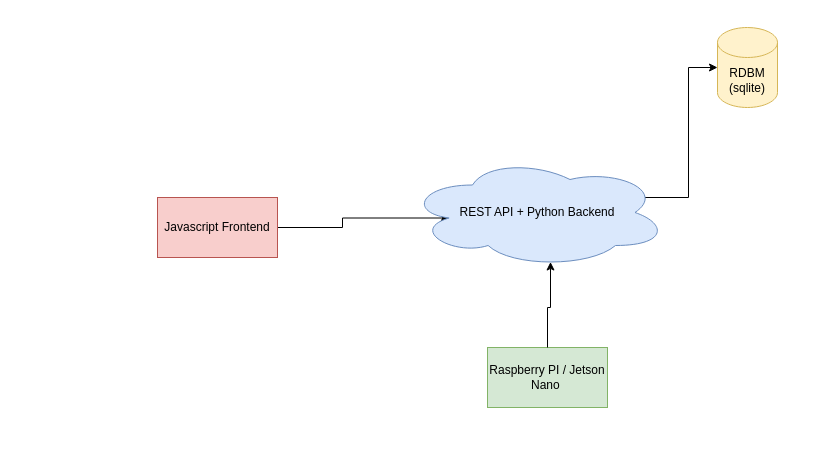
This is docs/All In Analytics System Architecture.drawio from achung123/aia-core, a draw.io file, before an edit. Source tidied: cells renumbered, new cells numbered last; positions are measured from the earlier drawing's top-left corner, leaving out a move shared by most shapes. Both pictures are drawn from the tidied source at 100%, with x=0, y=0 at pixel (157, 27).
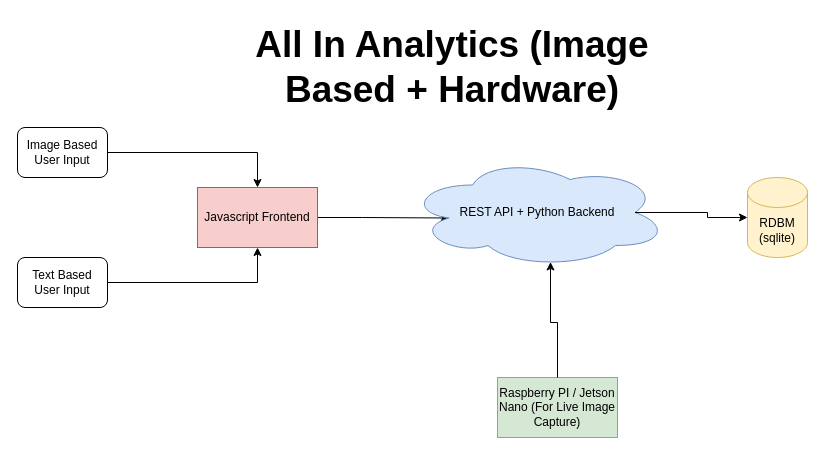
The same page after the edit.

Change to the diagram source:
```diff
@@
 <mxGraphModel>
   <root>
     <mxCell id="0" />
     <mxCell id="1" parent="0" />
     <mxCell id="2" style="edgeStyle=orthogonalEdgeStyle;rounded=0;jettySize=auto;html=1;entryX=0.16;entryY=0.55;entryDx=0;entryDy=0;entryPerimeter=0;" parent="1" edge="1" source="3" target="7">
       <mxGeometry relative="1" as="geometry" />
     </mxCell>
     <mxCell id="3" value="Javascript Frontend" style="rounded=0;whiteSpace=wrap;html=1;fillColor=#f8cecc;strokeColor=#b85450;" parent="1" vertex="1">
-      <mxGeometry y="170" width="120" height="60" as="geometry" />
+      <mxGeometry x="40" y="160" width="120" height="60" as="geometry" />
     </mxCell>
     <mxCell id="4" value="RDBM (sqlite)" style="shape=cylinder3;whiteSpace=wrap;html=1;boundedLbl=1;backgroundOutline=1;size=15;fillColor=#fff2cc;strokeColor=#d6b656;" parent="1" vertex="1">
-      <mxGeometry x="560" width="60" height="80" as="geometry" />
+      <mxGeometry x="590" y="150" width="60" height="80" as="geometry" />
     </mxCell>
-    <mxCell id="5" value="Raspberry PI / Jetson Nano&amp;nbsp;" style="rounded=0;whiteSpace=wrap;html=1;fillColor=#d5e8d4;strokeColor=#82b366;" parent="1" vertex="1">
-      <mxGeometry x="330" y="320" width="120" height="60" as="geometry" />
+    <mxCell id="5" value="Raspberry PI / Jetson Nano (For Live Image Capture)" style="rounded=0;whiteSpace=wrap;html=1;fillColor=#d5e8d4;strokeColor=#82b366;" parent="1" vertex="1">
+      <mxGeometry x="340" y="350" width="120" height="60" as="geometry" />
     </mxCell>
-    <mxCell id="6" style="edgeStyle=orthogonalEdgeStyle;rounded=0;jettySize=auto;html=1;exitX=0.875;exitY=0.5;exitDx=0;exitDy=0;exitPerimeter=0;entryX=0;entryY=0.5;entryDx=0;entryDy=0;entryPerimeter=0;" parent="1" edge="1" source="7" target="4">
-      <mxGeometry relative="1" as="geometry">
-        <Array as="points">
-          <mxPoint x="531" y="170" />
-          <mxPoint x="531" y="40" />
-        </Array>
-      </mxGeometry>
-    </mxCell>
     <mxCell id="7" value="REST API + Python Backend" style="ellipse;shape=cloud;whiteSpace=wrap;html=1;fillColor=#dae8fc;strokeColor=#6c8ebf;" parent="1" vertex="1">
       <mxGeometry x="250" y="130" width="260" height="110" as="geometry" />
     </mxCell>
     <mxCell id="8" style="edgeStyle=orthogonalEdgeStyle;rounded=0;jettySize=auto;html=1;exitX=0.5;exitY=0;exitDx=0;exitDy=0;entryX=0.55;entryY=0.95;entryDx=0;entryDy=0;entryPerimeter=0;" parent="1" edge="1" source="5" target="7">
       <mxGeometry relative="1" as="geometry" />
     </mxCell>
+    <mxCell id="9" value="&lt;font style=&quot;font-size: 37px;&quot;&gt;All In Analytics (Image Based + Hardware)&lt;/font&gt;" style="text;html=1;align=center;verticalAlign=middle;whiteSpace=wrap;rounded=0;fontStyle=1;" parent="1" vertex="1">
+      <mxGeometry x="80" y="-10" width="430" height="100" as="geometry" />
+    </mxCell>
+    <mxCell id="6" style="edgeStyle=orthogonalEdgeStyle;rounded=0;jettySize=auto;html=1;exitX=0.875;exitY=0.5;exitDx=0;exitDy=0;exitPerimeter=0;entryX=0;entryY=0.5;entryDx=0;entryDy=0;entryPerimeter=0;" parent="1" edge="1" source="7" target="4">
+      <mxGeometry relative="1" as="geometry" />
+    </mxCell>
+    <mxCell id="10" style="edgeStyle=orthogonalEdgeStyle;rounded=0;jettySize=auto;html=1;entryX=0.5;entryY=0;entryDx=0;entryDy=0;" parent="1" edge="1" source="11" target="3">
+      <mxGeometry relative="1" as="geometry" />
+    </mxCell>
+    <mxCell id="11" value="Image Based User Input" style="rounded=1;whiteSpace=wrap;html=1;" parent="1" vertex="1">
+      <mxGeometry x="-140" y="100" width="90" height="50" as="geometry" />
+    </mxCell>
+    <mxCell id="12" style="edgeStyle=orthogonalEdgeStyle;rounded=0;jettySize=auto;html=1;entryX=0.5;entryY=1;entryDx=0;entryDy=0;" parent="1" edge="1" source="13" target="3">
+      <mxGeometry relative="1" as="geometry" />
+    </mxCell>
+    <mxCell id="13" value="Text Based User Input" style="rounded=1;whiteSpace=wrap;html=1;" parent="1" vertex="1">
+      <mxGeometry x="-140" y="230" width="90" height="50" as="geometry" />
+    </mxCell>
   </root>
 </mxGraphModel>
```
